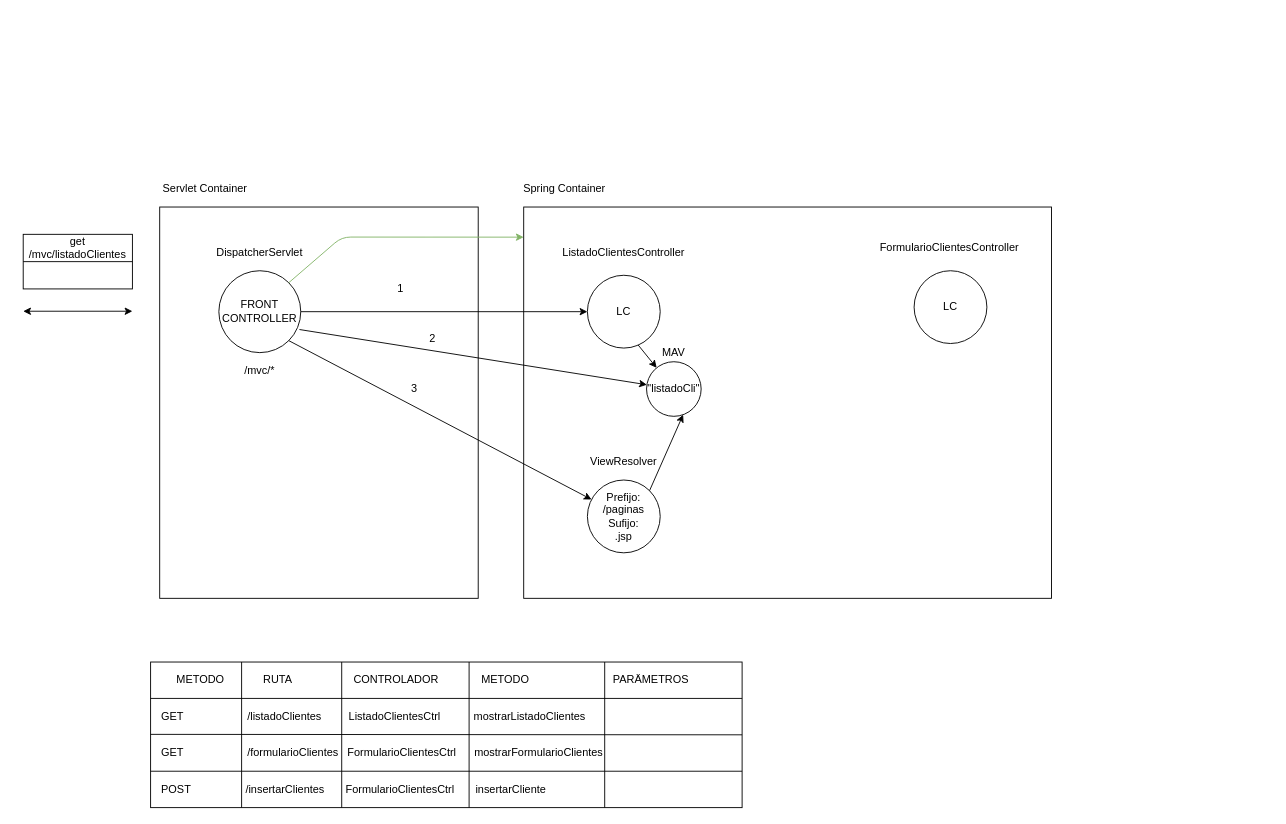
Earlier version of the draw.io diagram page "Página-1" (1 of 4) of Dibujillos.drawio (lrag/SpringPracticas). Source tidied: cells renumbered, new cells numbered last; positions are measured from the earlier drawing's top-left corner, leaving out a move shared by most shapes. Both pictures are drawn from the tidied source at 91%, with x=0, y=0 at pixel (23, 179).
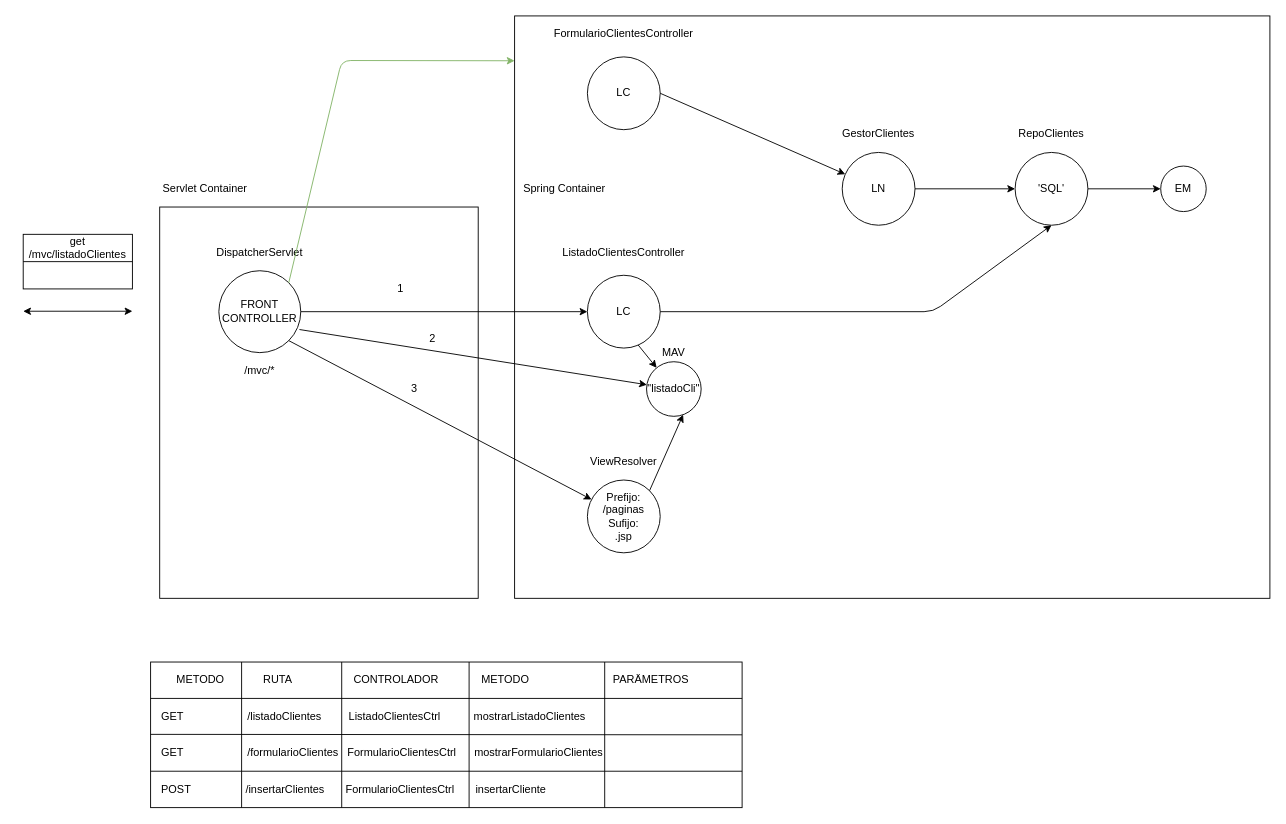
Above is the later version.

Unchanged cells that the change refers to:
```xml
<mxCell id="4" value="FRONT&lt;br&gt;CONTROLLER" style="ellipse;whiteSpace=wrap;html=1;fillColor=none;" parent="1" vertex="1">
  <mxGeometry x="215" y="100" width="90" height="90" as="geometry" />
</mxCell>
<mxCell id="11" value="LC" style="ellipse;whiteSpace=wrap;html=1;fillColor=none;" parent="1" vertex="1">
  <mxGeometry x="620" y="105" width="80" height="80" as="geometry" />
</mxCell>
```

Change to the diagram source:
```diff
@@
     <mxCell id="8" style="rounded=0;whiteSpace=wrap;html=1;fillColor=none;" parent="1" vertex="1">
-      <mxGeometry x="550" y="30" width="580" height="430" as="geometry" />
+      <mxGeometry x="540" y="-180" width="830" height="640" as="geometry" />
     </mxCell>
@@
     <mxCell id="10" style="endArrow=classic;html=1;exitX=1;exitY=0;exitDx=0;exitDy=0;entryX=0;entryY=0.077;entryDx=0;entryDy=0;entryPerimeter=0;fillColor=#d5e8d4;strokeColor=#82b366;" parent="1" edge="1" source="4" target="8">
       <mxGeometry relative="1" as="geometry">
         <Array as="points">
-          <mxPoint x="350" y="63" />
+          <mxPoint x="350" y="-131" />
         </Array>
       </mxGeometry>
     </mxCell>
@@
     <mxCell id="25" value="LC" style="ellipse;whiteSpace=wrap;html=1;fillColor=none;" parent="1" vertex="1">
-      <mxGeometry x="979" y="100" width="80" height="80" as="geometry" />
+      <mxGeometry x="620" y="-135" width="80" height="80" as="geometry" />
     </mxCell>
-    <mxCell id="26" value="FormularioClientesController" style="text;html=1;strokeColor=none;fillColor=none;align=center;verticalAlign=middle;whiteSpace=wrap;rounded=0;" parent="1" vertex="1">
-      <mxGeometry x="998" y="65" width="40" height="20" as="geometry" />
-    </mxCell>
@@
+    <mxCell id="26" value="FormularioClientesController" style="text;html=1;strokeColor=none;fillColor=none;align=center;verticalAlign=middle;whiteSpace=wrap;rounded=0;" parent="1" vertex="1">
+      <mxGeometry x="640" y="-170" width="40" height="20" as="geometry" />
+    </mxCell>
+    <mxCell id="46" style="edgeStyle=orthogonalEdgeStyle;rounded=0;jettySize=auto;html=1;exitX=1;exitY=0.5;exitDx=0;exitDy=0;" parent="1" edge="1" source="47" target="50">
+      <mxGeometry relative="1" as="geometry" />
+    </mxCell>
+    <mxCell id="47" value="LN" style="ellipse;whiteSpace=wrap;html=1;fillColor=none;" parent="1" vertex="1">
+      <mxGeometry x="900" y="-30" width="80" height="80" as="geometry" />
+    </mxCell>
+    <mxCell id="48" value="GestorClientes" style="text;html=1;strokeColor=none;fillColor=none;align=center;verticalAlign=middle;whiteSpace=wrap;rounded=0;" parent="1" vertex="1">
+      <mxGeometry x="920" y="-60" width="40" height="20" as="geometry" />
+    </mxCell>
+    <mxCell id="49" style="edgeStyle=orthogonalEdgeStyle;rounded=0;jettySize=auto;html=1;exitX=1;exitY=0.5;exitDx=0;exitDy=0;" parent="1" edge="1" source="50" target="54">
+      <mxGeometry relative="1" as="geometry" />
+    </mxCell>
+    <mxCell id="50" value="'SQL'" style="ellipse;whiteSpace=wrap;html=1;fillColor=none;" parent="1" vertex="1">
+      <mxGeometry x="1090" y="-30" width="80" height="80" as="geometry" />
+    </mxCell>
+    <mxCell id="51" value="RepoClientes" style="text;html=1;strokeColor=none;fillColor=none;align=center;verticalAlign=middle;whiteSpace=wrap;rounded=0;" parent="1" vertex="1">
+      <mxGeometry x="1115" y="-60" width="30" height="20" as="geometry" />
+    </mxCell>
+    <mxCell id="52" style="endArrow=classic;html=1;exitX=1;exitY=0.5;exitDx=0;exitDy=0;" parent="1" edge="1" source="25" target="47">
+      <mxGeometry relative="1" as="geometry" />
+    </mxCell>
+    <mxCell id="53" style="endArrow=classic;html=1;entryX=0.5;entryY=1;entryDx=0;entryDy=0;" parent="1" edge="1" source="11" target="50">
+      <mxGeometry relative="1" as="geometry">
+        <Array as="points">
+          <mxPoint x="1000" y="145" />
+        </Array>
+      </mxGeometry>
+    </mxCell>
+    <mxCell id="54" value="EM" style="ellipse;whiteSpace=wrap;html=1;fillColor=none;" parent="1" vertex="1">
+      <mxGeometry x="1250" y="-15" width="50" height="50" as="geometry" />
+    </mxCell>
```
